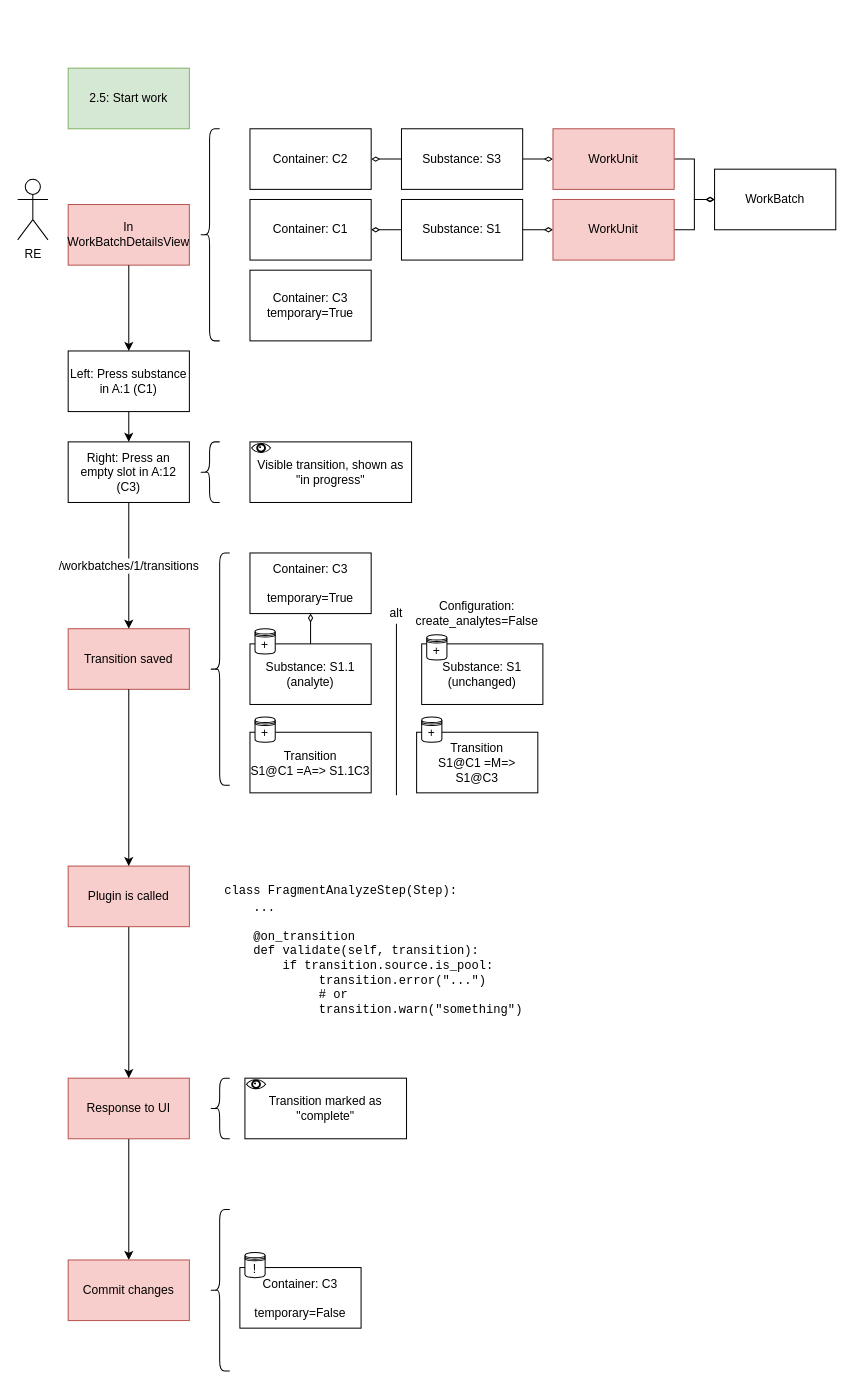
commonlims/commonlims-design keeps this draw.io diagram as page "2.3.3: Moving substances" (7 of 18) of diagrams/2_webui.drawio. Above is the earlier version. Source tidied: cells renumbered, new cells numbered last; positions are measured from the earlier drawing's top-left corner, leaving out a move shared by most shapes. Both pictures are drawn from the tidied source at 101%, with x=0, y=0 at pixel (17, 68).
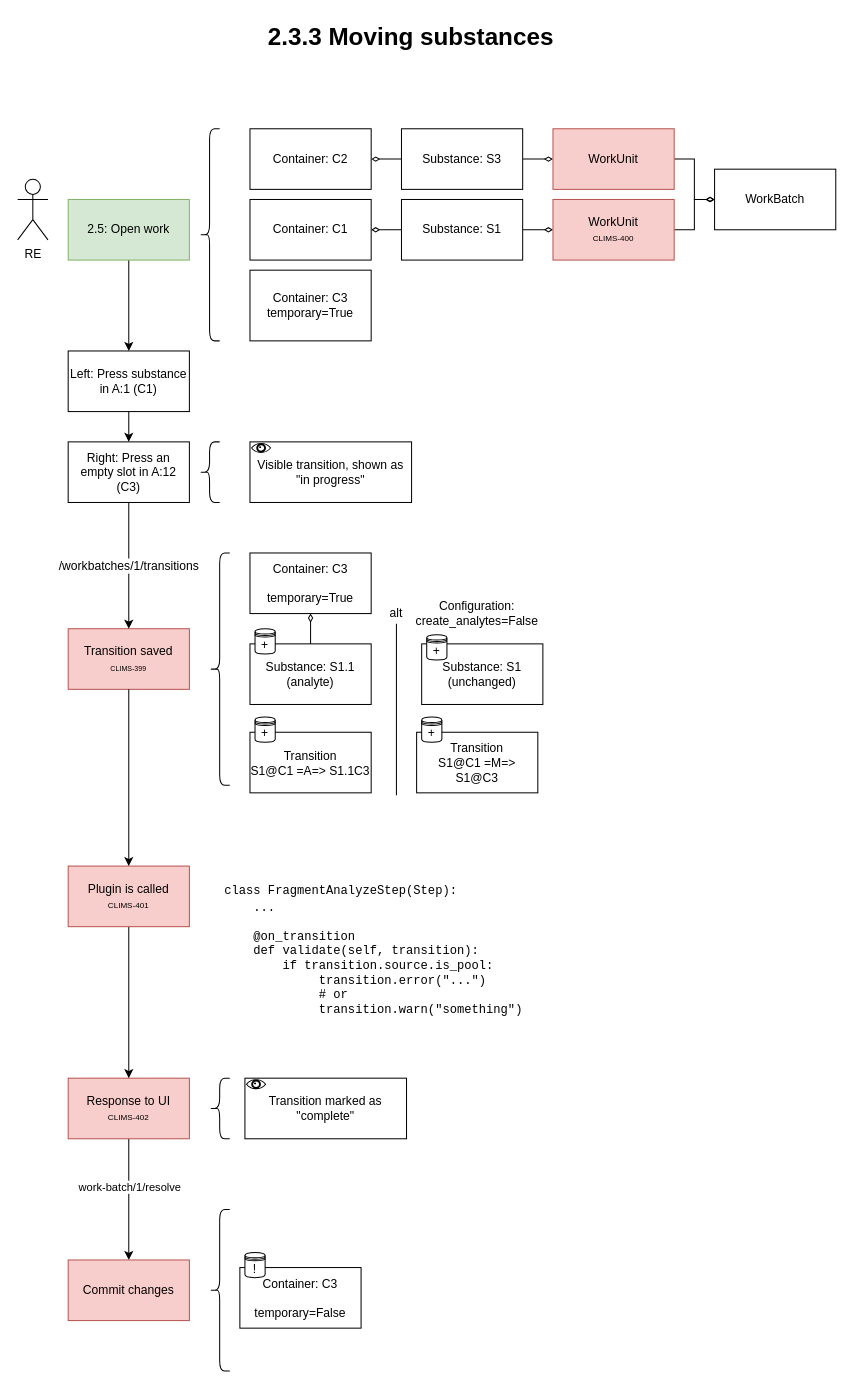
Above is the later version.

Unchanged cells that the change refers to:
```xml
<mxCell id="5" value="Left: Press substance in A:1 (C1)" style="whiteSpace=wrap;html=1;rounded=0;" parent="1" vertex="1">
  <mxGeometry x="50" y="280" width="120" height="60" as="geometry" />
</mxCell>
<mxCell id="6" style="edgeStyle=orthogonalEdgeStyle;rounded=0;jettySize=auto;html=1;startArrow=none;startFill=0;endArrow=classic;endFill=1;fontSize=12;" parent="1" edge="1" source="52" target="21">
  <mxGeometry relative="1" as="geometry" />
</mxCell>
```

Change to the diagram source:
```diff
@@
-    <mxCell id="3" value="In WorkBatchDetailsView" style="rounded=0;whiteSpace=wrap;html=1;fontSize=12;fillColor=#f8cecc;strokeColor=#b85450;" parent="1" vertex="1">
-      <mxGeometry x="50" y="135" width="120" height="60" as="geometry" />
-    </mxCell>
@@
+    <mxCell id="62" value="work-batch/1/resolve" style="edgeLabel;html=1;align=center;verticalAlign=middle;" parent="6" vertex="1">
+      <mxGeometry x="-0.22" relative="1" as="geometry" />
+    </mxCell>
@@
-    <mxCell id="33" style="edgeStyle=orthogonalEdgeStyle;rounded=0;jettySize=auto;html=1;startArrow=none;startFill=0;endArrow=classic;endFill=1;fontSize=12;" parent="1" edge="1" source="3" target="5">
+    <mxCell id="33" style="edgeStyle=orthogonalEdgeStyle;rounded=0;jettySize=auto;html=1;startArrow=none;startFill=0;endArrow=classic;endFill=1;fontSize=12;" parent="1" edge="1" source="64" target="5">
       <mxGeometry relative="1" as="geometry" />
     </mxCell>
@@
-    <mxCell id="39" value="WorkUnit" style="rounded=0;whiteSpace=wrap;html=1;fillColor=#f8cecc;fontSize=12;strokeColor=#b85450;" parent="1" vertex="1">
+    <mxCell id="39" value="WorkUnit&lt;br&gt;&lt;font style=&quot;font-size: 8px&quot;&gt;CLIMS-400&lt;/font&gt;" style="rounded=0;whiteSpace=wrap;html=1;fillColor=#f8cecc;fontSize=12;strokeColor=#b85450;" parent="1" vertex="1">
       <mxGeometry x="530" y="130" width="120" height="60" as="geometry" />
     </mxCell>
-    <mxCell id="40" value="2.5: Start work" style="rounded=0;whiteSpace=wrap;html=1;fillColor=#d5e8d4;strokeColor=#82b366;" parent="1" vertex="1">
-      <mxGeometry x="50" width="120" height="60" as="geometry" />
-    </mxCell>
-    <mxCell id="41" value="Transition saved" style="rounded=0;whiteSpace=wrap;html=1;fillColor=#f8cecc;strokeColor=#b85450;" parent="1" vertex="1">
+    <mxCell id="41" value="Transition saved&lt;br&gt;&lt;font style=&quot;font-size: 7px&quot;&gt;CLIMS-399&lt;/font&gt;" style="rounded=0;whiteSpace=wrap;html=1;fillColor=#f8cecc;strokeColor=#b85450;" parent="1" vertex="1">
       <mxGeometry x="50" y="555" width="120" height="60" as="geometry" />
     </mxCell>
@@
-    <mxCell id="52" value="Response to UI" style="rounded=0;whiteSpace=wrap;html=1;fillColor=#f8cecc;strokeColor=#b85450;" parent="1" vertex="1">
+    <mxCell id="52" value="Response to UI&lt;br&gt;&lt;font style=&quot;font-size: 8px&quot;&gt;CLIMS-402&lt;/font&gt;" style="rounded=0;whiteSpace=wrap;html=1;fillColor=#f8cecc;strokeColor=#b85450;" parent="1" vertex="1">
       <mxGeometry x="50" y="1000" width="120" height="60" as="geometry" />
     </mxCell>
@@
-    <mxCell id="59" value="Plugin is called" style="rounded=0;whiteSpace=wrap;html=1;fillColor=#f8cecc;strokeColor=#b85450;" parent="1" vertex="1">
+    <mxCell id="59" value="Plugin is called&lt;br&gt;&lt;font style=&quot;font-size: 8px&quot;&gt;CLIMS-401&lt;/font&gt;" style="rounded=0;whiteSpace=wrap;html=1;fillColor=#f8cecc;strokeColor=#b85450;" parent="1" vertex="1">
       <mxGeometry x="50" y="790" width="120" height="60" as="geometry" />
     </mxCell>
@@
+    <mxCell id="63" value="2.3.3 Moving substances" style="text;strokeColor=none;fillColor=none;html=1;fontSize=24;fontStyle=1;verticalAlign=middle;align=center;" parent="1" vertex="1">
+      <mxGeometry x="8.5" y="-50" width="760" height="40" as="geometry" />
+    </mxCell>
+    <mxCell id="64" value="2.5: Open work" style="rounded=0;whiteSpace=wrap;html=1;fillColor=#d5e8d4;strokeColor=#82b366;" parent="1" vertex="1">
+      <mxGeometry x="50" y="130" width="120" height="60" as="geometry" />
+    </mxCell>
```
